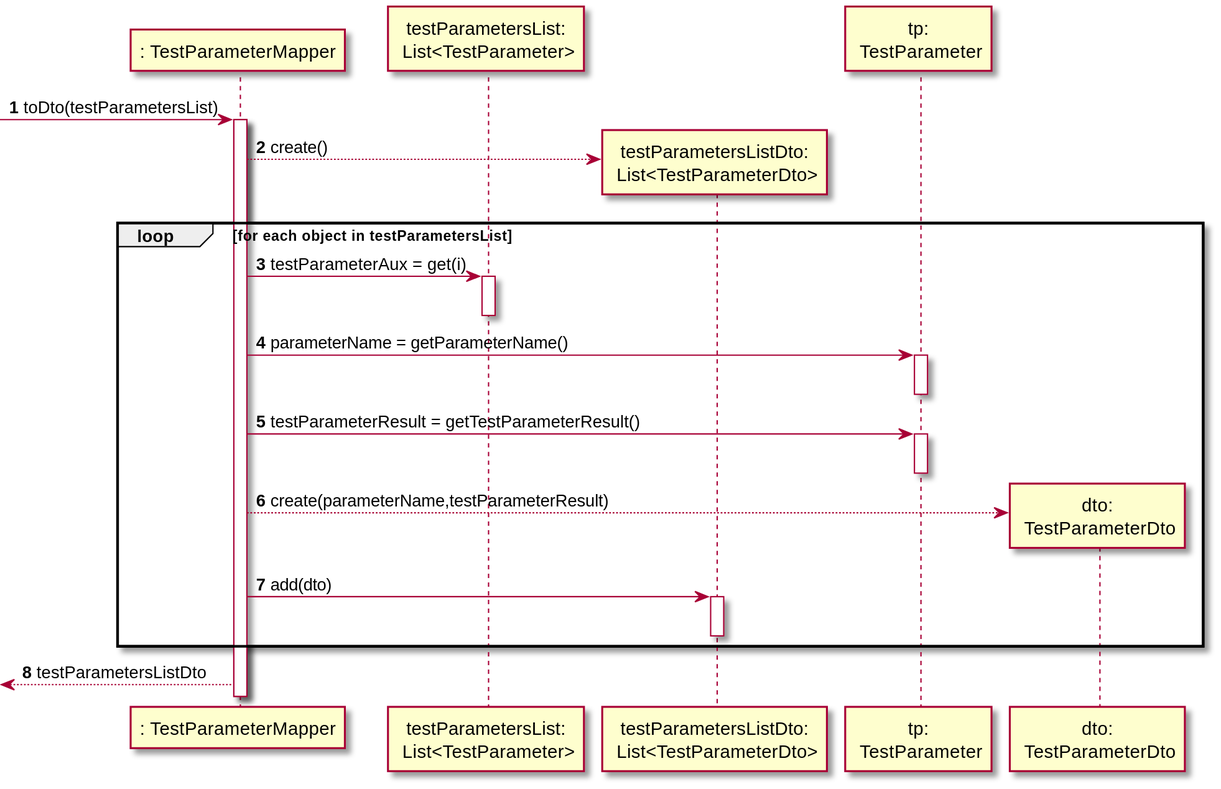
This is docs/SprintC/US14/SD_TestParameterMapper_toDto_List.svg from manu-07-ela/LAPR2_ISEP, a PlantUML export, as it was before one commit. Its diagram source:
```plantuml
@startuml
autonumber

participant ": TestParameterMapper" as Mapper
participant "testParametersList:\n List<TestParameter>" as lTP
participant "testParametersListDto:\n List<TestParameterDto>" as lTPDto
participant "tp:\n TestParameter" as TP
participant "dto:\n TestParameterDto" as TPDto

-> Mapper : toDto(testParametersList)
activate Mapper
Mapper --> lTPDto** : create()
loop for each object in testParametersList
Mapper -> lTP : testParameterAux = get(i)
activate lTP
deactivate lTP
Mapper -> TP: parameterName = getParameterName()
activate TP
deactivate TP
Mapper -> TP: testParameterResult = getTestParameterResult()
activate TP
deactivate TP
Mapper --> TPDto** : create(parameterName,testParameterResult)
Mapper -> lTPDto : add(dto)
activate lTPDto
deactivate lTPDto
end
<-- Mapper : testParametersListDto



@enduml
```
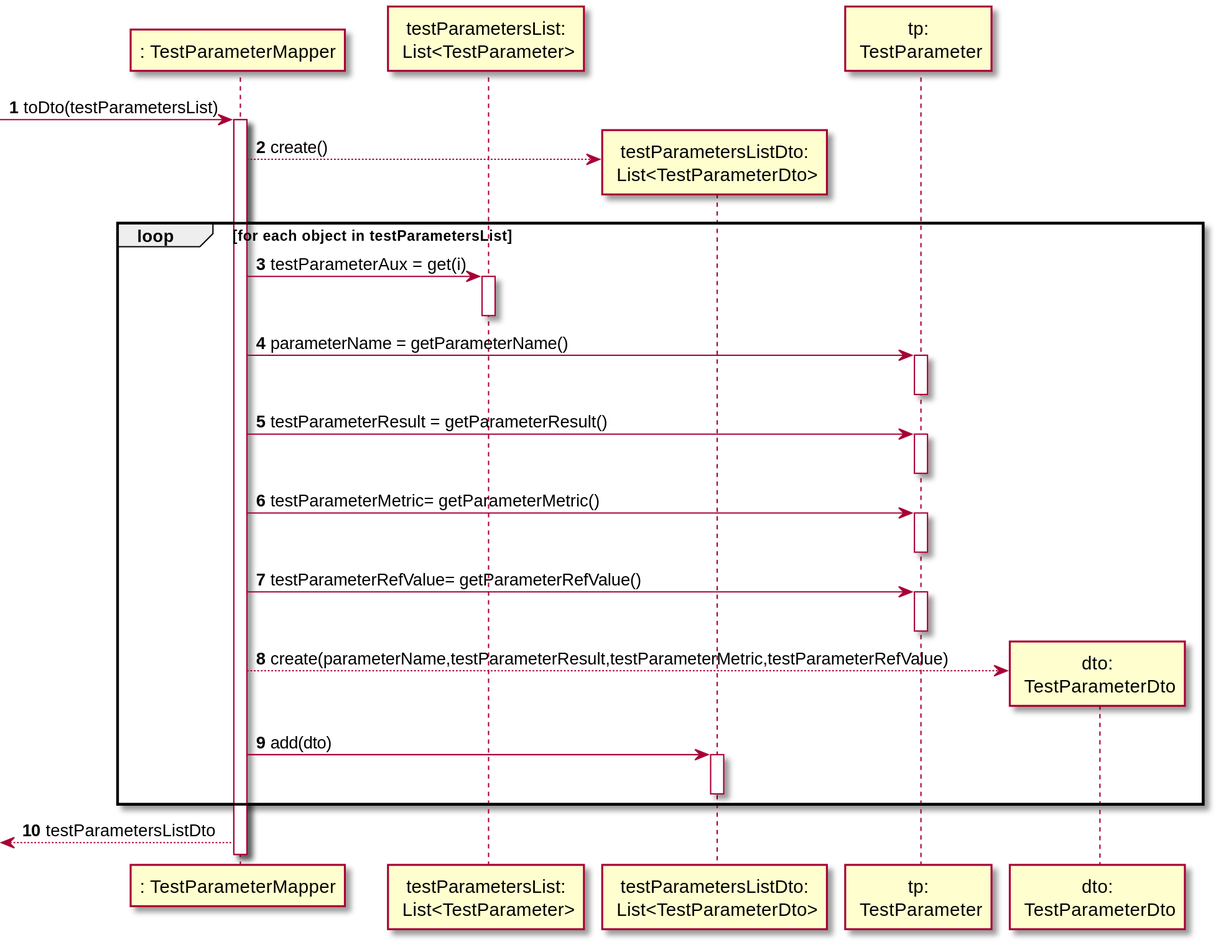
Above is the later version.

Diff of the diagram source:
```diff
@@ -17,10 +17,16 @@
 Mapper -> TP: parameterName = getParameterName()
 activate TP
 deactivate TP
-Mapper -> TP: testParameterResult = getTestParameterResult()
+Mapper -> TP: testParameterResult = getParameterResult()
 activate TP
 deactivate TP
-Mapper --> TPDto** : create(parameterName,testParameterResult)
+Mapper -> TP: testParameterMetric= getParameterMetric()
+activate TP
+deactivate TP
+Mapper -> TP: testParameterRefValue= getParameterRefValue()
+activate TP
+deactivate TP
+Mapper --> TPDto** : create(parameterName,testParameterResult,testParameterMetric,testParameterRefValue)
 Mapper -> lTPDto : add(dto)
 activate lTPDto
 deactivate lTPDto
```
